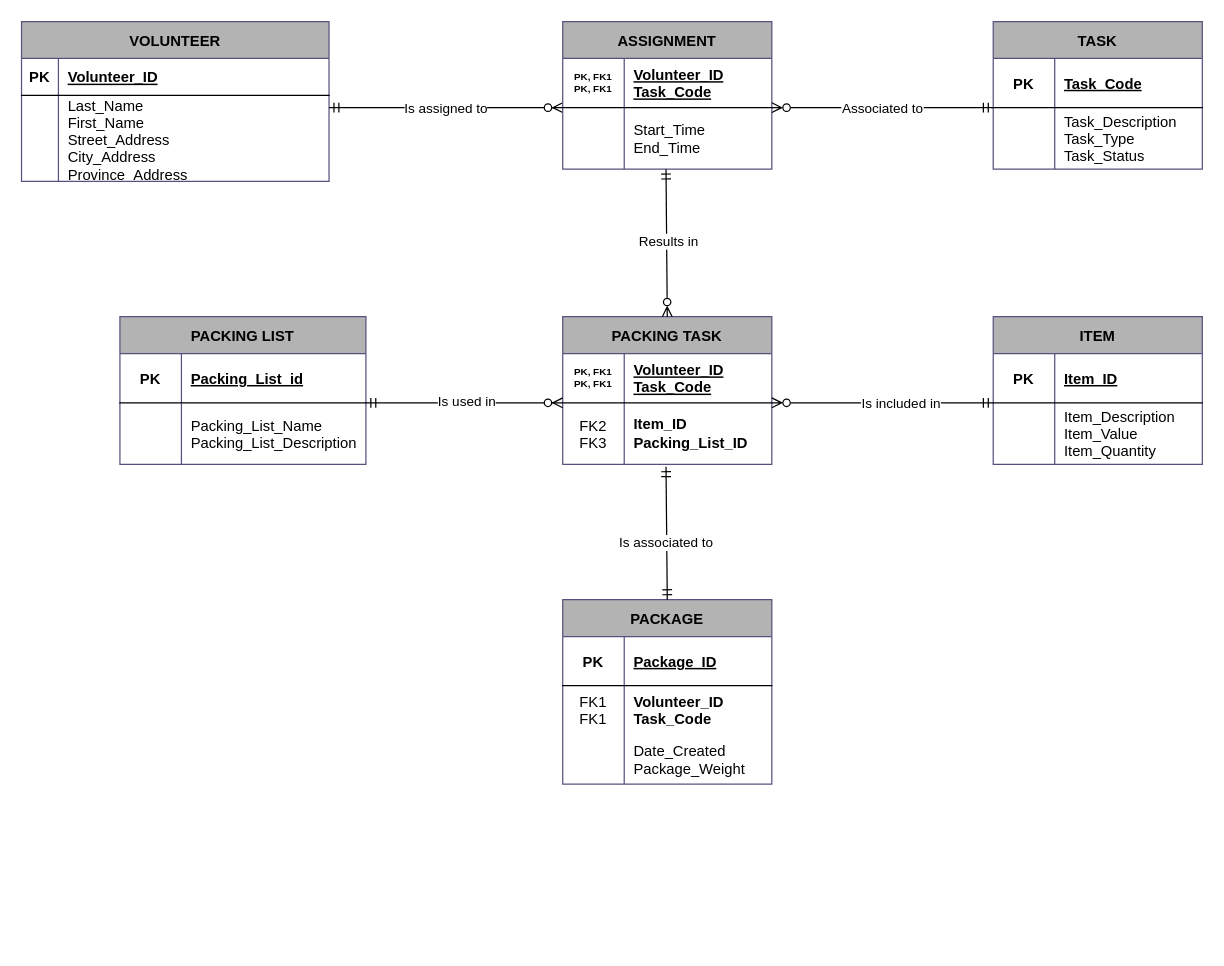
Above: Untitled Diagram.drawio in s0y4hh/Intro_to_AI (draw.io), before the change. Source tidied: cells renumbered, new cells numbered last; positions are measured from the earlier drawing's top-left corner, leaving out a move shared by most shapes. Both pictures are drawn from the tidied source at 123%, with x=0, y=0 at pixel (21, 21).
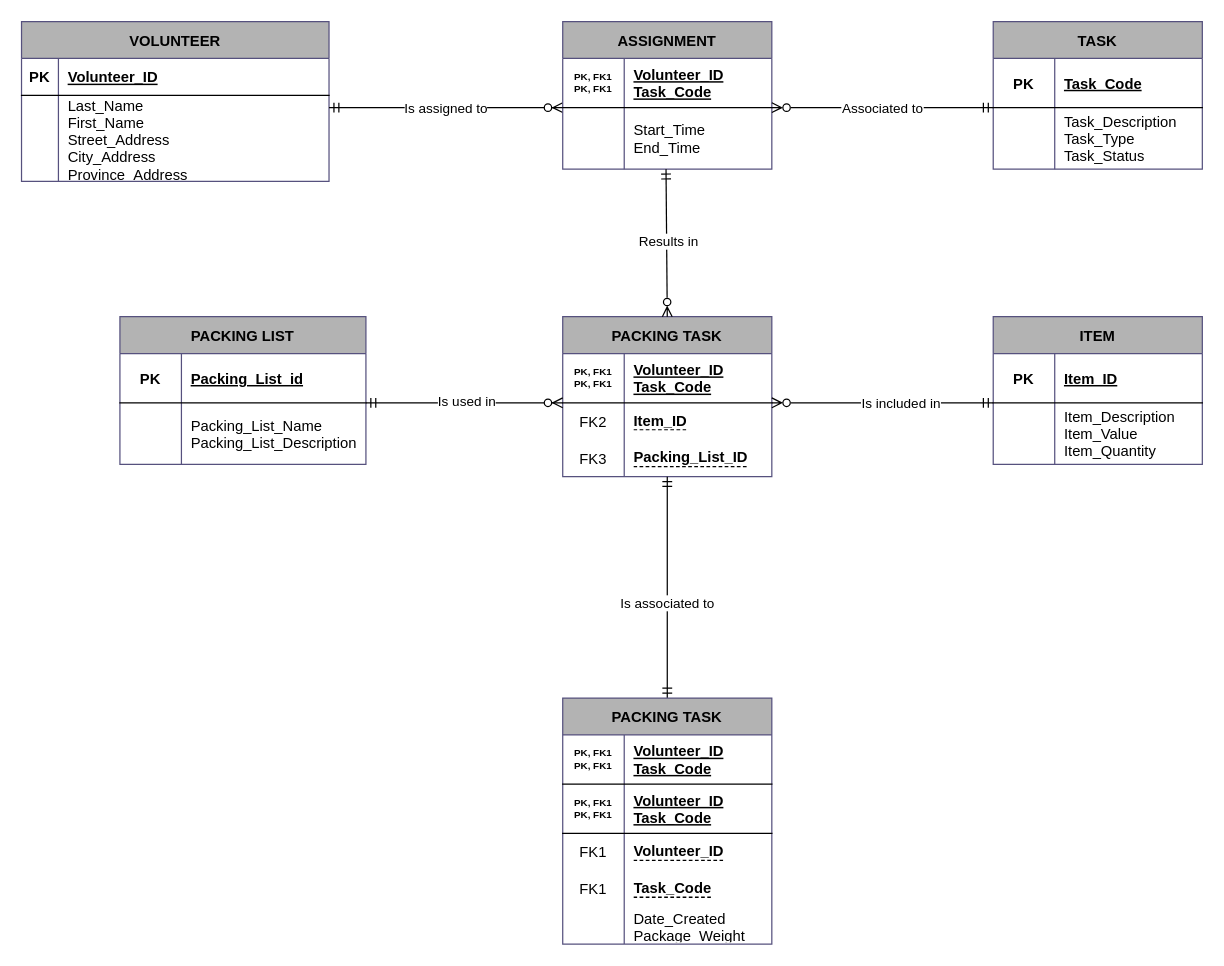
Above is the later version.

Change to the diagram source:
```diff
@@
     <mxCell id="27" value="PACKING TASK" style="shape=table;startSize=30;childLayout=tableLayout;rowLines=0;fontStyle=1;align=center;labelBackgroundColor=none;fillColor=#B3B3B3;strokeColor=#56517e;" parent="1" vertex="1">
-      <mxGeometry x="440" y="240" width="170" height="120" as="geometry" />
+      <mxGeometry x="440" y="240" width="170" height="130" as="geometry" />
     </mxCell>
@@
     <mxCell id="31" style="shape=partialRectangle;fillColor=none;points=[[0,0.5],[1,0.5]];portConstraint=eastwest;top=0;left=0;right=0;bottom=0;" parent="27" vertex="1">
-      <mxGeometry y="70" width="170" height="50" as="geometry" />
+      <mxGeometry y="70" width="170" height="30" as="geometry" />
     </mxCell>
-    <mxCell id="32" value="FK2&#10;FK3" style="shape=partialRectangle;overflow=hidden;fillColor=none;top=0;left=0;bottom=0;right=0;" parent="31" vertex="1">
-      <mxGeometry width="50" height="50" as="geometry" />
+    <mxCell id="32" value="FK2" style="shape=partialRectangle;overflow=hidden;fillColor=none;top=0;left=0;bottom=0;right=0;" parent="31" vertex="1">
+      <mxGeometry width="50" height="30" as="geometry" />
     </mxCell>
-    <mxCell id="33" value="Item_ID&#10;Packing_List_ID" style="shape=partialRectangle;overflow=hidden;fillColor=none;top=0;left=0;bottom=0;right=0;align=left;spacingLeft=6;fontStyle=1;dashed=1;whiteSpace=wrap;" parent="31" vertex="1">
-      <mxGeometry x="50" width="120" height="50" as="geometry" />
+    <mxCell id="33" value="&lt;u style=&quot;text-decoration:underline dashed;text-underline-position:under&quot;&gt;Item_ID&lt;br&gt;&lt;/u&gt;" style="shape=partialRectangle;overflow=hidden;fillColor=none;top=0;left=0;bottom=0;right=0;align=left;spacingLeft=6;fontStyle=1;dashed=1;html=1;" parent="31" vertex="1">
+      <mxGeometry x="50" width="120" height="30" as="geometry" />
     </mxCell>
+    <mxCell id="66" style="shape=partialRectangle;fillColor=none;points=[[0,0.5],[1,0.5]];portConstraint=eastwest;top=0;left=0;right=0;bottom=0;" parent="27" vertex="1">
+      <mxGeometry y="100" width="170" height="30" as="geometry" />
+    </mxCell>
+    <mxCell id="67" value="FK3" style="shape=partialRectangle;overflow=hidden;fillColor=none;top=0;left=0;bottom=0;right=0;" parent="66" vertex="1">
+      <mxGeometry width="50" height="30" as="geometry" />
+    </mxCell>
+    <mxCell id="68" value="&lt;u style=&quot;text-decoration:underline dashed;text-underline-position:under&quot;&gt;Packing_List_ID&lt;br&gt;&lt;/u&gt;" style="shape=partialRectangle;overflow=hidden;fillColor=none;top=0;left=0;bottom=0;right=0;align=left;spacingLeft=6;fontStyle=1;dashed=1;html=1;" parent="66" vertex="1">
+      <mxGeometry x="50" width="120" height="30" as="geometry" />
+    </mxCell>
@@
-    <mxCell id="36" value="PACKAGE" style="shape=table;startSize=30;childLayout=tableLayout;rowLines=0;fontStyle=1;align=center;labelBackgroundColor=none;fillColor=#B3B3B3;strokeColor=#56517e;" parent="1" vertex="1">
-      <mxGeometry x="440" y="470" width="170" height="150" as="geometry" />
-    </mxCell>
-    <mxCell id="37" style="shape=partialRectangle;fillColor=none;top=0;left=0;right=0;bottom=1;" parent="36" vertex="1">
-      <mxGeometry y="30" width="170" height="40" as="geometry" />
-    </mxCell>
-    <mxCell id="38" value="PK" style="shape=partialRectangle;overflow=hidden;fillColor=none;top=0;left=0;bottom=0;right=0;fontStyle=1;fontSize=12;" parent="37" vertex="1">
-      <mxGeometry width="50" height="40" as="geometry" />
-    </mxCell>
-    <mxCell id="39" value="Package_ID" style="shape=partialRectangle;overflow=hidden;fillColor=none;top=0;left=0;bottom=0;right=0;align=left;spacingLeft=6;fontStyle=5;" parent="37" vertex="1">
-      <mxGeometry x="50" width="120" height="40" as="geometry" />
-    </mxCell>
-    <mxCell id="40" style="shape=partialRectangle;fillColor=none;top=0;left=0;right=0;bottom=0;" parent="36" vertex="1">
-      <mxGeometry y="70" width="170" height="40" as="geometry" />
-    </mxCell>
-    <mxCell id="41" value="FK1&#10;FK1" style="shape=partialRectangle;overflow=hidden;fillColor=none;top=0;left=0;bottom=0;right=0;" parent="40" vertex="1">
-      <mxGeometry width="50" height="40" as="geometry" />
-    </mxCell>
-    <mxCell id="42" value="Volunteer_ID&#10;Task_Code" style="shape=partialRectangle;overflow=hidden;fillColor=none;top=0;left=0;bottom=0;right=0;align=left;spacingLeft=6;fontStyle=1;" parent="40" vertex="1">
-      <mxGeometry x="50" width="120" height="40" as="geometry" />
-    </mxCell>
-    <mxCell id="43" style="shape=partialRectangle;fillColor=none;top=0;left=0;right=0;bottom=0;" parent="36" vertex="1">
-      <mxGeometry y="110" width="170" height="40" as="geometry" />
-    </mxCell>
-    <mxCell id="44" style="shape=partialRectangle;overflow=hidden;fillColor=none;top=0;left=0;bottom=0;right=0;" parent="43" vertex="1">
-      <mxGeometry width="50" height="40" as="geometry" />
-    </mxCell>
-    <mxCell id="45" value="Date_Created&#10;Package_Weight" style="shape=partialRectangle;overflow=hidden;fillColor=none;top=0;left=0;bottom=0;right=0;align=left;spacingLeft=6;" parent="43" vertex="1">
-      <mxGeometry x="50" width="120" height="40" as="geometry" />
-    </mxCell>
@@
-    <mxCell id="64" style="fontSize=12;html=1;endArrow=ERmandOne;startArrow=ERmandOne;rounded=0;entryX=0.494;entryY=1.04;entryDx=0;entryDy=0;entryPerimeter=0;exitX=0.5;exitY=0;exitDx=0;exitDy=0;" parent="1" edge="1" source="36" target="31">
-      <mxGeometry relative="1" as="geometry" />
+    <mxCell id="64" style="fontSize=12;html=1;endArrow=ERmandOne;startArrow=ERmandOne;rounded=0;exitX=0.5;exitY=0;exitDx=0;exitDy=0;entryX=0.5;entryY=1;entryDx=0;entryDy=0;entryPerimeter=0;" parent="1" edge="1" target="66">
+      <mxGeometry relative="1" as="geometry">
+        <mxPoint x="525" y="550" as="sourcePoint" />
+      </mxGeometry>
     </mxCell>
@@
+    <mxCell id="69" value="PACKING TASK" style="shape=table;startSize=30;childLayout=tableLayout;rowLines=0;fontStyle=1;align=center;labelBackgroundColor=none;fillColor=#B3B3B3;strokeColor=#56517e;" parent="1" vertex="1">
+      <mxGeometry x="440" y="550" width="170" height="200" as="geometry" />
+    </mxCell>
+    <mxCell id="37" style="shape=partialRectangle;fillColor=none;top=0;left=0;right=0;bottom=1;" parent="69" vertex="1">
+      <mxGeometry y="30" width="170" height="40" as="geometry" />
+    </mxCell>
+    <mxCell id="70" value="PK, FK1&#10;PK, FK1" style="shape=partialRectangle;overflow=hidden;fillColor=none;top=0;left=0;bottom=0;right=0;fontStyle=1;fontSize=8;" parent="37" vertex="1">
+      <mxGeometry width="50" height="40" as="geometry" />
+    </mxCell>
+    <mxCell id="71" value="Volunteer_ID&#10;Task_Code" style="shape=partialRectangle;overflow=hidden;fillColor=none;top=0;left=0;bottom=0;right=0;align=left;spacingLeft=6;fontStyle=5;" parent="37" vertex="1">
+      <mxGeometry x="50" width="120" height="40" as="geometry" />
+    </mxCell>
+    <mxCell id="72" style="shape=partialRectangle;fillColor=none;top=0;left=0;right=0;bottom=1;" parent="69" vertex="1">
+      <mxGeometry y="70" width="170" height="40" as="geometry" />
+    </mxCell>
+    <mxCell id="73" value="PK, FK1&#10;PK, FK1" style="shape=partialRectangle;overflow=hidden;fillColor=none;top=0;left=0;bottom=0;right=0;fontStyle=1;fontSize=8;" parent="72" vertex="1">
+      <mxGeometry width="50" height="40" as="geometry" />
+    </mxCell>
+    <mxCell id="74" value="Volunteer_ID&#10;Task_Code" style="shape=partialRectangle;overflow=hidden;fillColor=none;top=0;left=0;bottom=0;right=0;align=left;spacingLeft=6;fontStyle=5;" parent="72" vertex="1">
+      <mxGeometry x="50" width="120" height="40" as="geometry" />
+    </mxCell>
+    <mxCell id="75" style="shape=partialRectangle;fillColor=none;top=0;left=0;right=0;bottom=0;" parent="69" vertex="1">
+      <mxGeometry y="110" width="170" height="30" as="geometry" />
+    </mxCell>
+    <mxCell id="76" value="FK1" style="shape=partialRectangle;overflow=hidden;fillColor=none;top=0;left=0;bottom=0;right=0;" parent="75" vertex="1">
+      <mxGeometry width="50" height="30" as="geometry" />
+    </mxCell>
+    <mxCell id="77" value="&lt;u style=&quot;text-decoration:underline dashed;text-underline-position:under&quot;&gt;Volunteer_ID&lt;br&gt;&lt;/u&gt;" style="shape=partialRectangle;overflow=hidden;fillColor=none;top=0;left=0;bottom=0;right=0;align=left;spacingLeft=6;fontStyle=1;dashed=1;html=1;" parent="75" vertex="1">
+      <mxGeometry x="50" width="120" height="30" as="geometry" />
+    </mxCell>
+    <mxCell id="78" style="shape=partialRectangle;fillColor=none;top=0;left=0;right=0;bottom=0;" parent="69" vertex="1">
+      <mxGeometry y="140" width="170" height="30" as="geometry" />
+    </mxCell>
+    <mxCell id="79" value="FK1" style="shape=partialRectangle;overflow=hidden;fillColor=none;top=0;left=0;bottom=0;right=0;" parent="78" vertex="1">
+      <mxGeometry width="50" height="30" as="geometry" />
+    </mxCell>
+    <mxCell id="80" value="&lt;u style=&quot;text-decoration:underline dashed;text-underline-position:under&quot;&gt;Task_Code&lt;br&gt;&lt;/u&gt;" style="shape=partialRectangle;overflow=hidden;fillColor=none;top=0;left=0;bottom=0;right=0;align=left;spacingLeft=6;fontStyle=1;dashed=1;html=1;" parent="78" vertex="1">
+      <mxGeometry x="50" width="120" height="30" as="geometry" />
+    </mxCell>
+    <mxCell id="81" style="shape=partialRectangle;fillColor=none;top=0;left=0;right=0;bottom=0;" parent="69" vertex="1">
+      <mxGeometry y="170" width="170" height="30" as="geometry" />
+    </mxCell>
+    <mxCell id="82" style="shape=partialRectangle;overflow=hidden;fillColor=none;top=0;left=0;bottom=0;right=0;" parent="81" vertex="1">
+      <mxGeometry width="50" height="30" as="geometry" />
+    </mxCell>
+    <mxCell id="45" value="&lt;span style=&quot;font-weight: normal;&quot;&gt;Date_Created&lt;br&gt;Package_Weight&lt;br&gt;&lt;/span&gt;" style="shape=partialRectangle;overflow=hidden;fillColor=none;top=0;left=0;bottom=0;right=0;align=left;spacingLeft=6;fontStyle=1;dashed=1;html=1;" parent="81" vertex="1">
+      <mxGeometry x="50" width="120" height="30" as="geometry" />
+    </mxCell>
```
